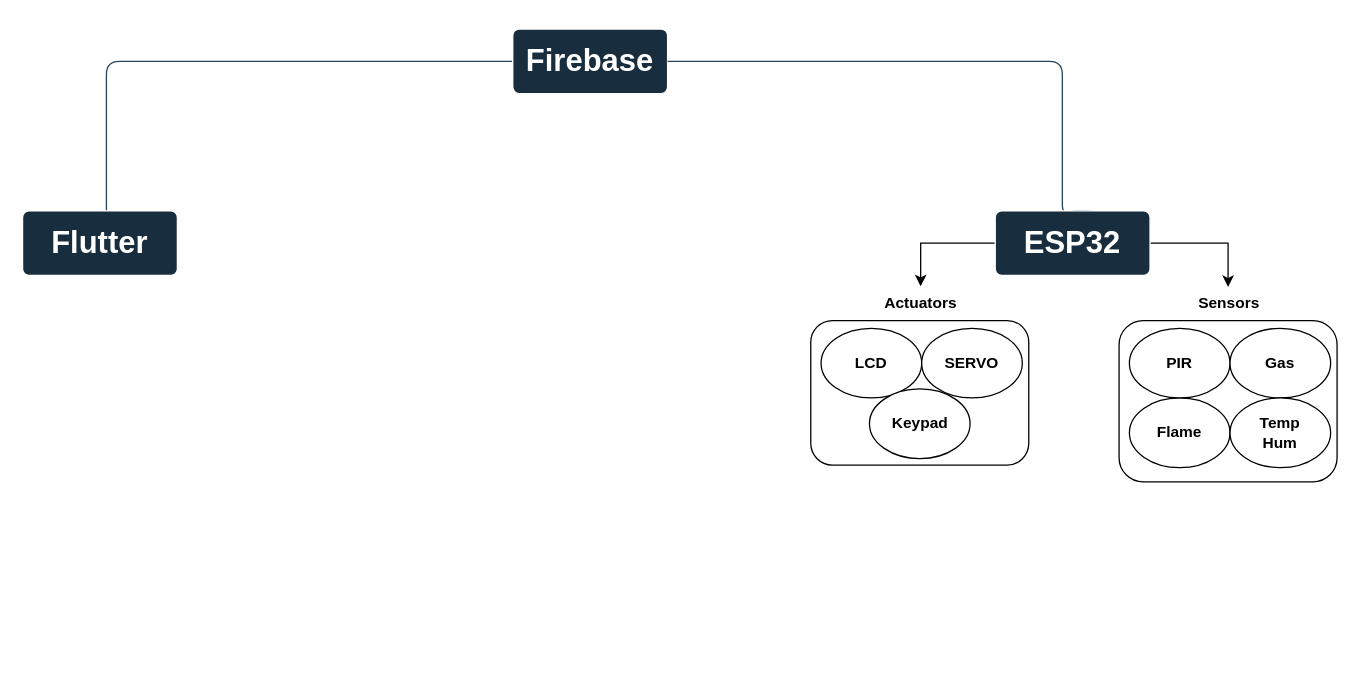
Above: PROJECT/Charts/Decision.drawio in MahmoudEssam707/Embedded-Project (draw.io), before the change. Source tidied: cells renumbered, new cells numbered last; positions are measured from the earlier drawing's top-left corner, leaving out a move shared by most shapes. Both pictures are drawn from the tidied source at 129%, with x=0, y=0 at pixel (22, 28).
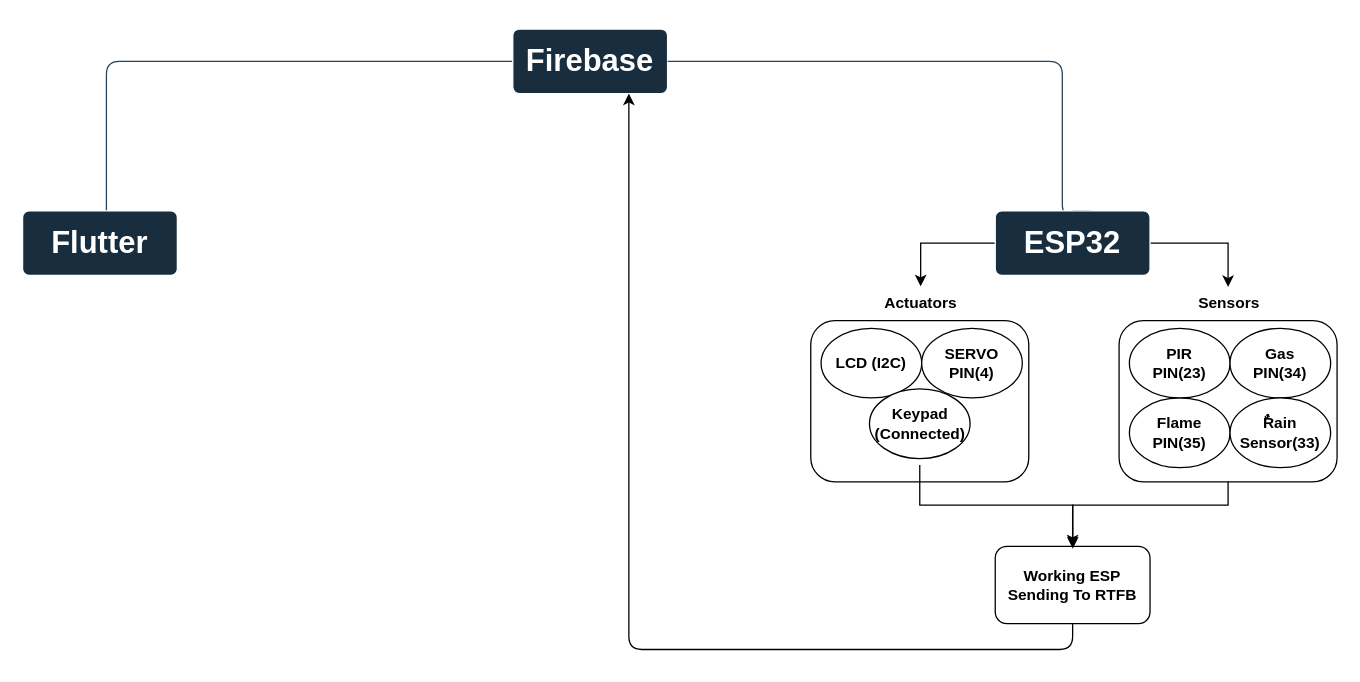
The same page after the edit.

Unchanged cells that the change refers to:
```xml
<mxCell id="3" value="&lt;h1&gt;&lt;b&gt;Firebase&lt;/b&gt;&lt;/h1&gt;" style="rounded=1;arcSize=10;whiteSpace=wrap;html=1;align=center;labelBackgroundColor=none;fillColor=#182E3E;strokeColor=#FFFFFF;fontColor=#FFFFFF;direction=east;" parent="1" vertex="1">
  <mxGeometry x="380" width="120" height="50" as="geometry" />
</mxCell>
```

Diff of the diagram source:
```diff
@@
-    <mxCell id="2" style="edgeStyle=orthogonalEdgeStyle;rounded=1;jettySize=auto;html=1;startArrow=none;startFill=0;endArrow=none;endFill=0;exitX=0;exitY=0.5;exitDx=0;exitDy=0;labelBackgroundColor=none;strokeColor=#23445D;fontColor=default;" parent="1" edge="1" source="3">
+    <mxCell id="2" style="edgeStyle=orthogonalEdgeStyle;rounded=1;jettySize=auto;html=1;startArrow=none;startFill=0;endArrow=none;endFill=0;exitX=0;exitY=0.5;exitDx=0;exitDy=0;labelBackgroundColor=none;strokeColor=#23445D;fontColor=default;entryX=0;entryY=0.5;entryDx=0;entryDy=0;" parent="1" edge="1" source="3">
       <mxGeometry relative="1" as="geometry">
         <mxPoint x="65" y="156" as="targetPoint" />
         <Array as="points">
           <mxPoint x="65" y="25" />
           <mxPoint x="65" y="141" />
         </Array>
       </mxGeometry>
     </mxCell>
@@
-    <mxCell id="8" value="&lt;b&gt;Flame&lt;/b&gt;" style="ellipse;whiteSpace=wrap;html=1;" parent="1" vertex="1">
+    <mxCell id="8" value="&lt;b&gt;Flame&lt;br&gt;PIN(35)&lt;br&gt;&lt;/b&gt;" style="ellipse;whiteSpace=wrap;html=1;direction=east;" parent="1" vertex="1">
       <mxGeometry x="858" y="286" width="78" height="54" as="geometry" />
     </mxCell>
-    <mxCell id="9" value="&lt;b&gt;PIR&lt;/b&gt;" style="ellipse;whiteSpace=wrap;html=1;" parent="1" vertex="1">
+    <mxCell id="9" value="&lt;b&gt;PIR&lt;br&gt;PIN(23)&lt;br&gt;&lt;/b&gt;" style="ellipse;whiteSpace=wrap;html=1;direction=east;" parent="1" vertex="1">
       <mxGeometry x="858" y="232" width="78" height="54" as="geometry" />
     </mxCell>
-    <mxCell id="10" value="&lt;b&gt;Gas&lt;/b&gt;" style="ellipse;whiteSpace=wrap;html=1;" parent="1" vertex="1">
+    <mxCell id="10" value="&lt;b&gt;Gas&lt;br&gt;PIN(34)&lt;br&gt;&lt;/b&gt;" style="ellipse;whiteSpace=wrap;html=1;direction=east;" parent="1" vertex="1">
       <mxGeometry x="936" y="232" width="78" height="54" as="geometry" />
     </mxCell>
-    <mxCell id="11" value="&lt;b&gt;Temp&lt;br&gt;Hum&lt;br&gt;&lt;/b&gt;" style="ellipse;whiteSpace=wrap;html=1;" parent="1" vertex="1">
+    <mxCell id="11" value="&lt;b&gt;ٌRain&lt;br&gt;Sensor(33)&lt;br&gt;&lt;/b&gt;" style="ellipse;whiteSpace=wrap;html=1;direction=east;" parent="1" vertex="1">
       <mxGeometry x="936" y="286" width="78" height="54" as="geometry" />
     </mxCell>
-    <mxCell id="12" style="rounded=1;whiteSpace=wrap;html=1;gradientColor=none;fillColor=none;" parent="1" vertex="1">
-      <mxGeometry x="850" y="226" width="169" height="125" as="geometry" />
-    </mxCell>
+    <mxCell id="20" style="edgeStyle=orthogonalEdgeStyle;rounded=0;jettySize=auto;html=1;entryX=0.501;entryY=0.03;entryDx=0;entryDy=0;entryPerimeter=0;exitX=0.501;exitY=0.03;exitDx=0;exitDy=0;exitPerimeter=0;" parent="1" edge="1" target="23">
+      <mxGeometry relative="1" as="geometry">
+        <mxPoint x="934.5" y="351" as="sourcePoint" />
+        <Array as="points">
+          <mxPoint x="935" y="369" />
+          <mxPoint x="814" y="369" />
+        </Array>
+      </mxGeometry>
+    </mxCell>
@@
-    <mxCell id="14" value="&lt;b&gt;LCD&lt;br&gt;&lt;/b&gt;" style="ellipse;whiteSpace=wrap;html=1;" parent="1" vertex="1">
+    <mxCell id="14" value="&lt;b&gt;LCD (I2C)&lt;br&gt;&lt;/b&gt;" style="ellipse;whiteSpace=wrap;html=1;direction=east;" parent="1" vertex="1">
       <mxGeometry x="619" y="232" width="78" height="54" as="geometry" />
     </mxCell>
-    <mxCell id="15" value="&lt;b&gt;SERVO&lt;/b&gt;" style="ellipse;whiteSpace=wrap;html=1;" parent="1" vertex="1">
+    <mxCell id="15" value="&lt;b&gt;SERVO&lt;br&gt;PIN(4)&lt;br&gt;&lt;/b&gt;" style="ellipse;whiteSpace=wrap;html=1;direction=east;" parent="1" vertex="1">
       <mxGeometry x="697" y="232" width="78" height="54" as="geometry" />
     </mxCell>
-    <mxCell id="16" value="&lt;b&gt;Keypad&lt;br&gt;&lt;/b&gt;" style="ellipse;whiteSpace=wrap;html=1;" parent="1" vertex="1">
+    <mxCell id="16" value="&lt;b&gt;Keypad&lt;br&gt;(Connected)&lt;br&gt;&lt;/b&gt;" style="ellipse;whiteSpace=wrap;html=1;direction=east;" parent="1" vertex="1">
       <mxGeometry x="656.5" y="279" width="78" height="54" as="geometry" />
     </mxCell>
-    <mxCell id="17" style="rounded=1;whiteSpace=wrap;html=1;gradientColor=none;fillColor=none;" parent="1" vertex="1">
-      <mxGeometry x="611" y="226" width="169" height="112" as="geometry" />
-    </mxCell>
+    <mxCell id="21" style="edgeStyle=orthogonalEdgeStyle;rounded=0;jettySize=auto;html=1;entryX=0.5;entryY=0;entryDx=0;entryDy=0;exitX=0.5;exitY=0;exitDx=0;exitDy=0;" parent="1" edge="1" target="23">
+      <mxGeometry relative="1" as="geometry">
+        <mxPoint x="695.5" y="338" as="sourcePoint" />
+        <Array as="points">
+          <mxPoint x="696" y="369" />
+          <mxPoint x="814" y="369" />
+        </Array>
+      </mxGeometry>
+    </mxCell>
@@
+    <mxCell id="22" style="edgeStyle=orthogonalEdgeStyle;rounded=1;jettySize=auto;html=1;exitX=0.5;exitY=1;exitDx=0;exitDy=0;entryX=0.75;entryY=1;entryDx=0;entryDy=0;" parent="1" edge="1" source="23" target="3">
+      <mxGeometry relative="1" as="geometry" />
+    </mxCell>
+    <mxCell id="23" value="&lt;b&gt;Working ESP&lt;br&gt;Sending To RTFB&lt;br&gt;&lt;/b&gt;" style="whiteSpace=wrap;html=1;fillColor=none;rounded=1;gradientColor=none;direction=east;" parent="1" vertex="1">
+      <mxGeometry x="754" y="401" width="120" height="60" as="geometry" />
+    </mxCell>
+    <mxCell id="24" style="rounded=1;whiteSpace=wrap;html=1;gradientColor=none;fillColor=none;direction=east;" parent="1" vertex="1">
+      <mxGeometry x="850" y="226" width="169" height="125" as="geometry" />
+    </mxCell>
+    <mxCell id="25" style="rounded=1;whiteSpace=wrap;html=1;gradientColor=none;fillColor=none;direction=east;" parent="1" vertex="1">
+      <mxGeometry x="611" y="226" width="169" height="125" as="geometry" />
+    </mxCell>
```
